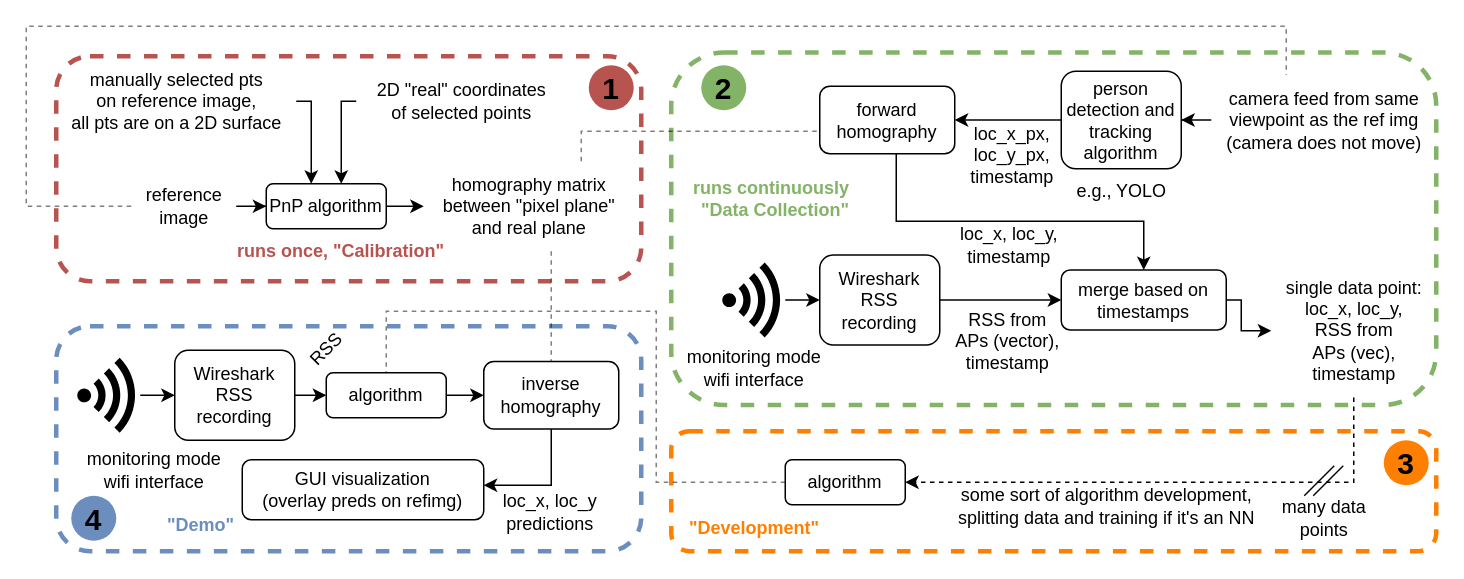
This is page "Page-1" (1 of 2) of documentation/drawings/system.drawio from sonebu/wifi_rss_positioning_visioncalib, a draw.io file, before an edit. Source tidied: cells renumbered, new cells numbered last; positions are measured from the earlier drawing's top-left corner, leaving out a move shared by most shapes. Both pictures are drawn from the tidied source at 150%, with x=0, y=0 at pixel (26, 26). Pictures stored in the file or linked from it are replaced by grey dashed boxes.
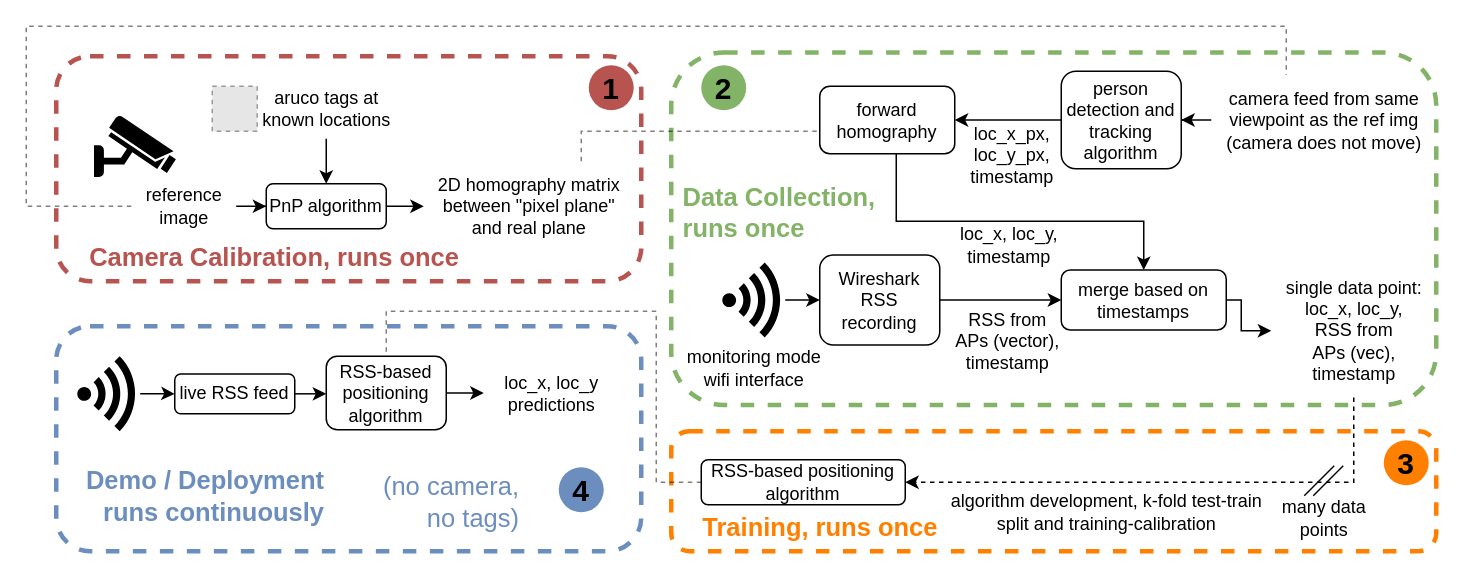
The same diagram, later.

The change refers to these unchanged cells:
```xml
<mxCell id="28" value="PnP algorithm" style="rounded=1;whiteSpace=wrap;html=1;" parent="1" vertex="1">
  <mxGeometry x="160" y="105" width="80" height="30" as="geometry" />
</mxCell>
```

Diff of the diagram source:
```diff
@@
-    <mxCell id="8" value="&lt;div style=&quot;&quot;&gt;&lt;font style=&quot;background-color: initial;&quot; color=&quot;#82b366&quot;&gt;&lt;b&gt;runs&amp;nbsp;&lt;/b&gt;&lt;/font&gt;&lt;b style=&quot;background-color: initial; color: rgb(130, 179, 102);&quot;&gt;continuously&lt;/b&gt;&lt;br&gt;&lt;/div&gt;&lt;div style=&quot;&quot;&gt;&lt;b style=&quot;border-color: var(--border-color); color: rgb(130, 179, 102);&quot;&gt;&quot;Data Collection&quot;&lt;/b&gt;&lt;b style=&quot;background-color: initial; color: rgb(130, 179, 102);&quot;&gt;&lt;br&gt;&lt;/b&gt;&lt;/div&gt;" style="text;html=1;align=right;verticalAlign=middle;strokeColor=none;fillColor=none;" parent="1" vertex="1">
-      <mxGeometry x="420" y="95" width="130" height="40" as="geometry" />
-    </mxCell>
@@
-    <mxCell id="12" value="e.g., YOLO" style="text;html=1;align=center;verticalAlign=middle;strokeColor=none;fillColor=none;" parent="1" vertex="1">
-      <mxGeometry x="690" y="95" width="80" height="30" as="geometry" />
-    </mxCell>
@@
     <mxCell id="31" style="edgeStyle=orthogonalEdgeStyle;rounded=0;jettySize=auto;html=1;" parent="1" edge="1" source="32" target="28">
       <mxGeometry relative="1" as="geometry">
         <Array as="points">
-          <mxPoint x="190" y="90" />
-          <mxPoint x="190" y="90" />
+          <mxPoint x="200" y="90" />
+          <mxPoint x="200" y="90" />
         </Array>
       </mxGeometry>
     </mxCell>
-    <mxCell id="32" value="manually selected pts&lt;br&gt;on reference image, &lt;br&gt;all pts are on a 2D surface" style="text;html=1;align=center;verticalAlign=middle;points=[];strokeColor=none;fillColor=none;" parent="1" vertex="1">
-      <mxGeometry x="20" y="20" width="160" height="60" as="geometry" />
+    <mxCell id="32" value="aruco tags at &lt;br&gt;known locations" style="text;html=1;align=center;verticalAlign=middle;points=[];strokeColor=none;fillColor=none;" parent="1" vertex="1">
+      <mxGeometry x="145" y="35" width="110" height="40" as="geometry" />
     </mxCell>
-    <mxCell id="33" value="homography matrix &lt;br&gt;between &quot;pixel plane&quot;&lt;br&gt;and real plane" style="text;html=1;align=center;verticalAlign=middle;points=[];strokeColor=none;fillColor=none;" parent="1" vertex="1">
+    <mxCell id="33" value="2D homography matrix &lt;br&gt;between &quot;pixel plane&quot;&lt;br&gt;and real plane" style="text;html=1;align=center;verticalAlign=middle;points=[];strokeColor=none;fillColor=none;" parent="1" vertex="1">
       <mxGeometry x="265" y="90" width="140" height="60" as="geometry" />
     </mxCell>
@@
-    <mxCell id="35" style="edgeStyle=orthogonalEdgeStyle;rounded=0;jettySize=auto;html=1;" parent="1" edge="1" source="36" target="28">
-      <mxGeometry relative="1" as="geometry">
-        <Array as="points">
-          <mxPoint x="210" y="50" />
-        </Array>
-      </mxGeometry>
-    </mxCell>
-    <mxCell id="36" value="2D &quot;real&quot; coordinates &lt;br&gt;of selected points" style="text;html=1;align=center;verticalAlign=middle;points=[];strokeColor=none;fillColor=none;" parent="1" vertex="1">
-      <mxGeometry x="220" y="30" width="140" height="40" as="geometry" />
-    </mxCell>
-    <mxCell id="37" value="&lt;div style=&quot;&quot;&gt;&lt;b style=&quot;background-color: initial;&quot;&gt;&lt;font color=&quot;#b85450&quot;&gt;runs once,&amp;nbsp;&lt;/font&gt;&lt;/b&gt;&lt;b style=&quot;background-color: initial;&quot;&gt;&lt;font color=&quot;#b85450&quot;&gt;&quot;Calibration&quot;&lt;/font&gt;&lt;/b&gt;&lt;/div&gt;" style="text;html=1;align=right;verticalAlign=middle;strokeColor=none;fillColor=none;" parent="1" vertex="1">
-      <mxGeometry x="120" y="135" width="160" height="30" as="geometry" />
+    <mxCell id="37" value="&lt;div style=&quot;font-size: 17px;&quot;&gt;&lt;font color=&quot;#b85450&quot;&gt;&lt;b&gt;Camera Calibration, runs once&lt;/b&gt;&lt;/font&gt;&lt;/div&gt;" style="text;html=1;align=right;verticalAlign=middle;strokeColor=none;fillColor=none;" parent="1" vertex="1">
+      <mxGeometry x="20" y="140" width="270" height="30" as="geometry" />
     </mxCell>
-    <mxCell id="38" style="edgeStyle=orthogonalEdgeStyle;rounded=0;jettySize=auto;html=1;dashed=1;opacity=50;endArrow=none;endFill=0;" parent="1" edge="1" source="33" target="40">
-      <mxGeometry relative="1" as="geometry">
-        <Array as="points">
-          <mxPoint x="350" y="170" />
-          <mxPoint x="350" y="170" />
-        </Array>
-      </mxGeometry>
-    </mxCell>
-    <mxCell id="39" style="edgeStyle=orthogonalEdgeStyle;rounded=0;jettySize=auto;html=1;" parent="1" edge="1" source="40" target="58">
-      <mxGeometry relative="1" as="geometry">
-        <Array as="points">
-          <mxPoint x="350" y="306" />
-        </Array>
-      </mxGeometry>
-    </mxCell>
-    <mxCell id="40" value="inverse homography" style="rounded=1;whiteSpace=wrap;html=1;" parent="1" vertex="1">
-      <mxGeometry x="305" y="223.5" width="90" height="45" as="geometry" />
-    </mxCell>
     <mxCell id="41" style="edgeStyle=orthogonalEdgeStyle;rounded=0;jettySize=auto;html=1;" parent="1" edge="1" source="42" target="55">
-      <mxGeometry relative="1" as="geometry" />
+      <mxGeometry relative="1" as="geometry">
+        <Array as="points">
+          <mxPoint x="230" y="249" />
+          <mxPoint x="230" y="249" />
+        </Array>
+      </mxGeometry>
     </mxCell>
-    <mxCell id="42" value="Wireshark RSS recording" style="rounded=1;whiteSpace=wrap;html=1;" parent="1" vertex="1">
-      <mxGeometry x="99" y="216" width="80" height="60" as="geometry" />
+    <mxCell id="42" value="live RSS feed" style="rounded=1;whiteSpace=wrap;html=1;" parent="1" vertex="1">
+      <mxGeometry x="99" y="231.8" width="80" height="26.5" as="geometry" />
     </mxCell>
-    <mxCell id="43" value="RSS" style="text;html=1;align=center;verticalAlign=middle;strokeColor=none;fillColor=none;rotation=-45;" parent="1" vertex="1">
-      <mxGeometry x="175" y="201" width="50" height="30" as="geometry" />
-    </mxCell>
@@
     <mxCell id="45" style="sketch=0;shadow=0;dashed=0;html=1;strokeColor=none;labelPosition=center;verticalLabelPosition=bottom;verticalAlign=top;align=center;fillColor=#000000;shape=mxgraph.mscae.enterprise.wireless_connection;" parent="1" vertex="1">
-      <mxGeometry x="34" y="221" width="42" height="50" as="geometry" />
+      <mxGeometry x="34" y="220" width="42" height="50" as="geometry" />
     </mxCell>
-    <mxCell id="46" value="monitoring mode&lt;br&gt;wifi interface" style="text;html=1;align=center;verticalAlign=middle;strokeColor=none;fillColor=none;" parent="1" vertex="1">
-      <mxGeometry x="30" y="276" width="110" height="40" as="geometry" />
-    </mxCell>
@@
-    <mxCell id="48" value="algorithm" style="rounded=1;whiteSpace=wrap;html=1;" parent="1" vertex="1">
-      <mxGeometry x="506" y="289" width="80" height="30" as="geometry" />
+    <mxCell id="48" value="RSS-based positioning algorithm" style="rounded=1;whiteSpace=wrap;html=1;" parent="1" vertex="1">
+      <mxGeometry x="450" y="289" width="136" height="30" as="geometry" />
     </mxCell>
-    <mxCell id="49" value="some sort of algorithm development, &lt;br&gt;splitting data and training if it's an NN" style="text;html=1;align=center;verticalAlign=middle;strokeColor=none;fillColor=none;" parent="1" vertex="1">
-      <mxGeometry x="610" y="300" width="220" height="40" as="geometry" />
+    <mxCell id="49" value="algorithm development, k-fold test-train&lt;br&gt;split and training-calibration" style="text;html=1;align=center;verticalAlign=middle;strokeColor=none;fillColor=none;" parent="1" vertex="1">
+      <mxGeometry x="605" y="304" width="230" height="40" as="geometry" />
     </mxCell>
@@
-    <mxCell id="54" style="edgeStyle=orthogonalEdgeStyle;rounded=0;jettySize=auto;html=1;" parent="1" edge="1" source="55" target="40">
+    <mxCell id="54" style="edgeStyle=orthogonalEdgeStyle;rounded=0;jettySize=auto;html=1;" parent="1" edge="1" source="55" target="57">
       <mxGeometry relative="1" as="geometry" />
     </mxCell>
-    <mxCell id="55" value="algorithm" style="rounded=1;whiteSpace=wrap;html=1;" parent="1" vertex="1">
-      <mxGeometry x="200" y="231" width="80" height="30" as="geometry" />
+    <mxCell id="55" value="RSS-based positioning algorithm" style="rounded=1;whiteSpace=wrap;html=1;" parent="1" vertex="1">
+      <mxGeometry x="200" y="220" width="80" height="49" as="geometry" />
     </mxCell>
-    <mxCell id="56" value="&lt;div style=&quot;&quot;&gt;&lt;b style=&quot;background-color: initial;&quot;&gt;&lt;font color=&quot;#ff8000&quot;&gt;&quot;Development&quot;&lt;/font&gt;&lt;/b&gt;&lt;/div&gt;" style="text;html=1;align=right;verticalAlign=middle;strokeColor=none;fillColor=none;" parent="1" vertex="1">
-      <mxGeometry x="420" y="320" width="110" height="30" as="geometry" />
+    <mxCell id="56" value="&lt;div style=&quot;&quot;&gt;&lt;b style=&quot;background-color: initial;&quot;&gt;&lt;font style=&quot;font-size: 17px;&quot; color=&quot;#ff8000&quot;&gt;Training, runs once&lt;/font&gt;&lt;/b&gt;&lt;/div&gt;" style="text;html=1;align=right;verticalAlign=middle;strokeColor=none;fillColor=none;" parent="1" vertex="1">
+      <mxGeometry x="429" y="320" width="180" height="30" as="geometry" />
     </mxCell>
     <mxCell id="57" value="loc_x, loc_y&lt;br&gt;predictions" style="text;html=1;align=center;verticalAlign=middle;points=[];strokeColor=none;fillColor=none;" parent="1" vertex="1">
-      <mxGeometry x="304" y="304" width="90" height="40" as="geometry" />
+      <mxGeometry x="305" y="224.5" width="90" height="40" as="geometry" />
     </mxCell>
-    <mxCell id="58" value="GUI visualization &lt;br&gt;(overlay preds on refimg)" style="rounded=1;whiteSpace=wrap;html=1;" parent="1" vertex="1">
-      <mxGeometry x="144" y="289" width="161" height="40" as="geometry" />
-    </mxCell>
-    <mxCell id="59" value="&lt;div style=&quot;&quot;&gt;&lt;b style=&quot;background-color: initial;&quot;&gt;&lt;font color=&quot;#6c8ebf&quot;&gt;&quot;Demo&quot;&lt;/font&gt;&lt;/b&gt;&lt;/div&gt;" style="text;html=1;align=right;verticalAlign=middle;strokeColor=none;fillColor=none;" parent="1" vertex="1">
-      <mxGeometry x="70" y="318" width="70" height="30" as="geometry" />
+    <mxCell id="59" value="&lt;div style=&quot;font-size: 17px;&quot;&gt;&lt;font style=&quot;font-size: 17px;&quot; color=&quot;#6c8ebf&quot;&gt;&lt;b style=&quot;&quot;&gt;Demo / Deployment&lt;/b&gt;&lt;/font&gt;&lt;/div&gt;&lt;div style=&quot;font-size: 17px;&quot;&gt;&lt;font style=&quot;font-size: 17px;&quot; color=&quot;#6c8ebf&quot;&gt;&lt;b style=&quot;&quot;&gt;runs continuously&lt;/b&gt;&lt;/font&gt;&lt;/div&gt;" style="text;html=1;align=right;verticalAlign=middle;strokeColor=none;fillColor=none;" parent="1" vertex="1">
+      <mxGeometry x="20" y="289" width="180" height="50" as="geometry" />
     </mxCell>
@@
     <mxCell id="63" value="&lt;b&gt;&lt;font style=&quot;font-size: 20px;&quot;&gt;4&lt;/font&gt;&lt;/b&gt;" style="ellipse;whiteSpace=wrap;html=1;fillColor=#6C8EBF;strokeColor=none;" parent="1" vertex="1">
-      <mxGeometry x="30" y="313" width="30" height="30" as="geometry" />
+      <mxGeometry x="355" y="294" width="30" height="30" as="geometry" />
     </mxCell>
+    <mxCell id="64" style="fillColor=#E6E6E6;strokeColor=#999999;dashed=1;verticalLabelPosition=bottom;labelBackgroundColor=default;verticalAlign=top;" parent="1" vertex="1">
+      <mxGeometry x="124" y="40" width="30" height="30" as="geometry" />
+    </mxCell>
+    <mxCell id="65" style="fontColor=#0066CC;verticalAlign=top;verticalLabelPosition=bottom;labelPosition=center;align=center;html=1;fillColor=#000000;strokeColor=default;gradientColor=none;gradientDirection=north;strokeWidth=2;shape=mxgraph.networks.security_camera;" parent="1" vertex="1">
+      <mxGeometry x="45.7" y="60" width="53.3" height="40" as="geometry" />
+    </mxCell>
+    <mxCell id="66" value="&lt;div style=&quot;font-size: 17px;&quot;&gt;&lt;b style=&quot;&quot;&gt;&lt;font color=&quot;#82b366&quot;&gt;Data Collection,&lt;/font&gt;&lt;/b&gt;&lt;/div&gt;&lt;div style=&quot;font-size: 17px;&quot;&gt;&lt;b style=&quot;&quot;&gt;&lt;font color=&quot;#82b366&quot;&gt;runs once&lt;/font&gt;&lt;/b&gt;&lt;/div&gt;" style="text;html=1;align=left;verticalAlign=middle;strokeColor=none;fillColor=none;" parent="1" vertex="1">
+      <mxGeometry x="436" y="100" width="150" height="50" as="geometry" />
+    </mxCell>
+    <mxCell id="67" value="&lt;div style=&quot;font-size: 17px;&quot;&gt;&lt;font color=&quot;#6c8ebf&quot;&gt;(no camera,&lt;/font&gt;&lt;/div&gt;&lt;div style=&quot;font-size: 17px;&quot;&gt;&lt;font color=&quot;#6c8ebf&quot;&gt;no tags)&lt;/font&gt;&lt;/div&gt;" style="text;html=1;align=right;verticalAlign=middle;strokeColor=none;fillColor=none;" parent="1" vertex="1">
+      <mxGeometry x="220" y="293" width="110" height="50" as="geometry" />
+    </mxCell>
```
